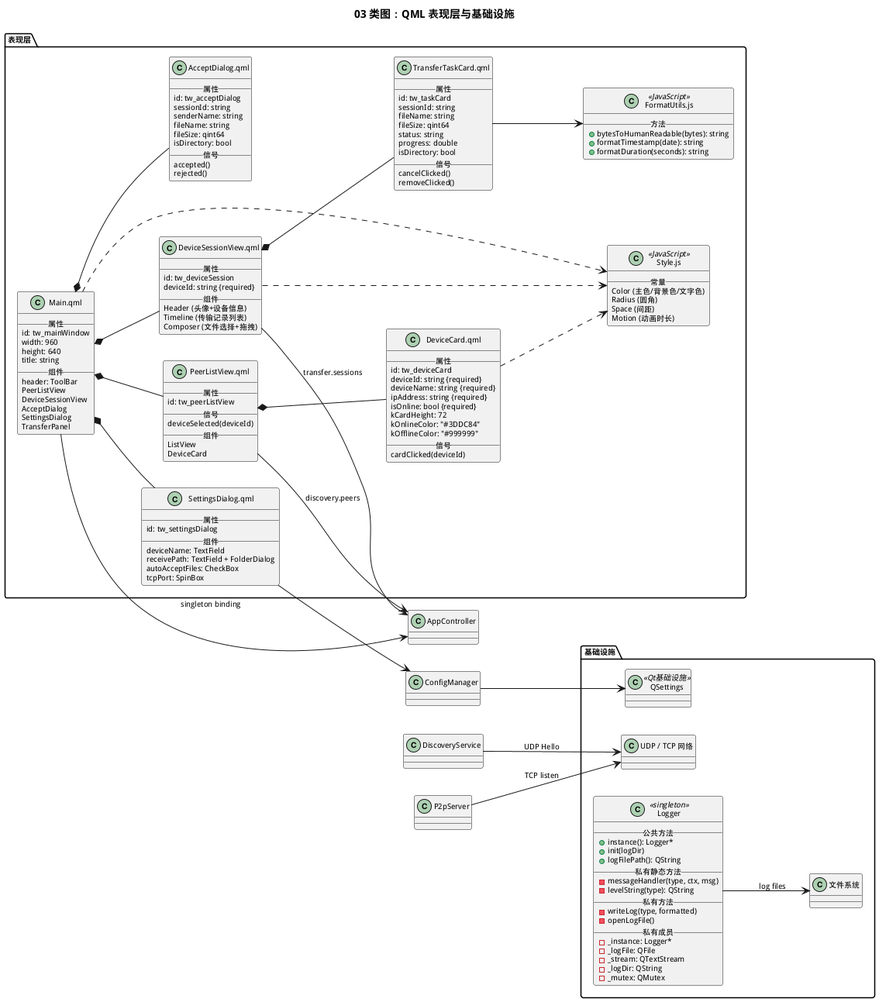
Above: doc/diagrams/rendered/03-类图-QML表现层与基础设施.png in Gsheep0729/GridYard (PlantUML), before the change.
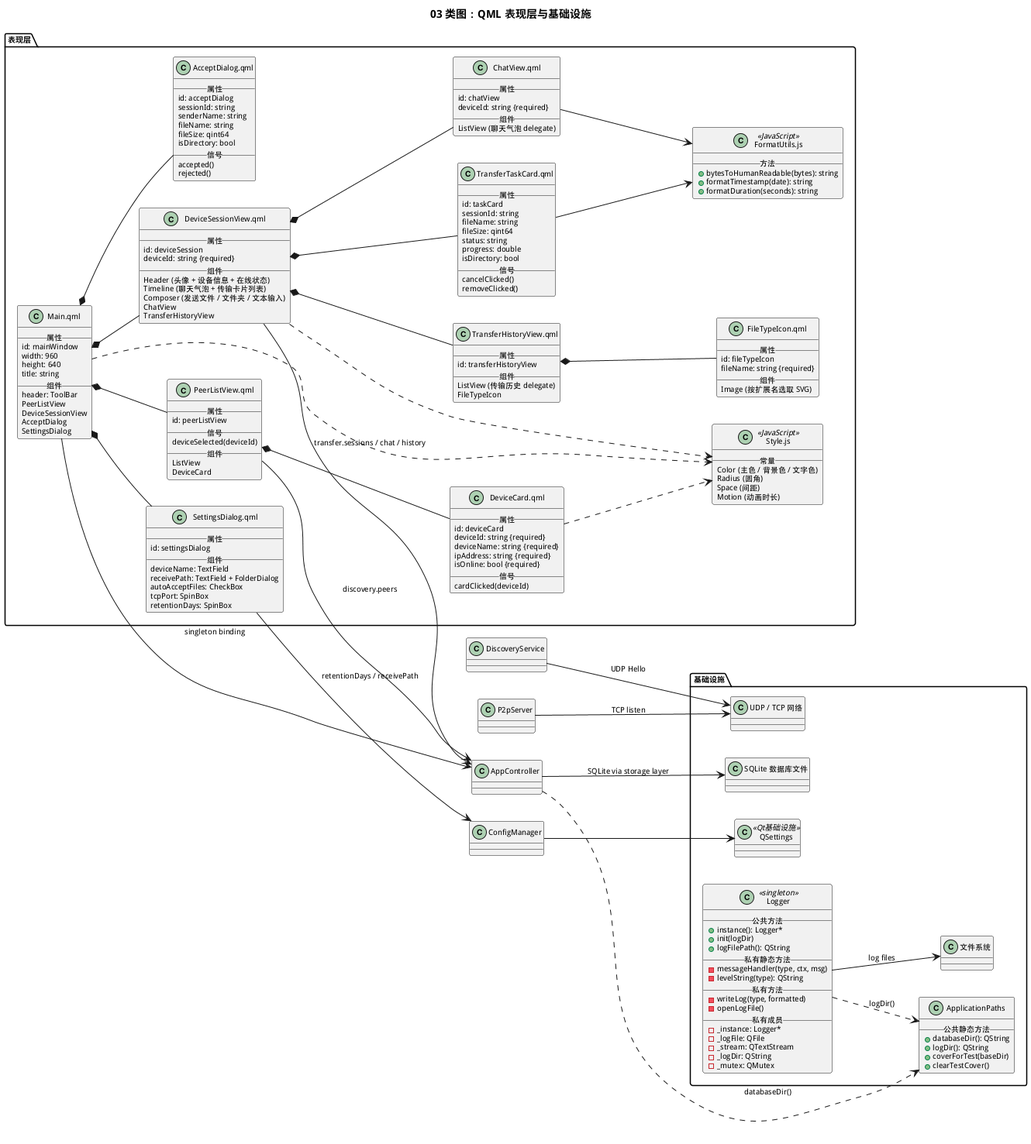
The same diagram one commit later.

Change to the diagram source:
```diff
@@ -9,7 +9,7 @@
 package "表现层" {
   class "Main.qml" as Main {
     __属性__
-    id: tw_mainWindow
+    id: mainWindow
     width: 960
     height: 640
     title: string
@@ -19,12 +19,11 @@
     DeviceSessionView
     AcceptDialog
     SettingsDialog
-    TransferPanel
   }
 
   class "PeerListView.qml" as PeerList {
     __属性__
-    id: tw_peerListView
+    id: peerListView
     __信号__
     deviceSelected(deviceId)
     __组件__
@@ -34,31 +33,54 @@
 
   class "DeviceCard.qml" as DeviceCard {
     __属性__
-    id: tw_deviceCard
+    id: deviceCard
     deviceId: string {required}
     deviceName: string {required}
     ipAddress: string {required}
     isOnline: bool {required}
-    kCardHeight: 72
-    kOnlineColor: "#3DDC84"
-    kOfflineColor: "#999999"
     __信号__
     cardClicked(deviceId)
   }
 
   class "DeviceSessionView.qml" as DeviceSession {
     __属性__
-    id: tw_deviceSession
+    id: deviceSession
     deviceId: string {required}
     __组件__
-    Header (头像+设备信息)
-    Timeline (传输记录列表)
-    Composer (文件选择+拖拽)
+    Header (头像 + 设备信息 + 在线状态)
+    Timeline (聊天气泡 + 传输卡片列表)
+    Composer (发送文件 / 文件夹 / 文本输入)
+    ChatView
+    TransferHistoryView
+  }
+
+  class "ChatView.qml" as ChatView {
+    __属性__
+    id: chatView
+    deviceId: string {required}
+    __组件__
+    ListView (聊天气泡 delegate)
+  }
+
+  class "TransferHistoryView.qml" as TransferHistory {
+    __属性__
+    id: transferHistoryView
+    __组件__
+    ListView (传输历史 delegate)
+    FileTypeIcon
+  }
+
+  class "FileTypeIcon.qml" as FileTypeIcon {
+    __属性__
+    id: fileTypeIcon
+    fileName: string {required}
+    __组件__
+    Image (按扩展名选取 SVG)
   }
 
   class "AcceptDialog.qml" as AcceptDialog {
     __属性__
-    id: tw_acceptDialog
+    id: acceptDialog
     sessionId: string
     senderName: string
     fileName: string
@@ -71,17 +93,18 @@
 
   class "SettingsDialog.qml" as SettingsDialog {
     __属性__
-    id: tw_settingsDialog
+    id: settingsDialog
     __组件__
     deviceName: TextField
     receivePath: TextField + FolderDialog
     autoAcceptFiles: CheckBox
     tcpPort: SpinBox
+    retentionDays: SpinBox
   }
 
   class "TransferTaskCard.qml" as TaskCard {
     __属性__
-    id: tw_taskCard
+    id: taskCard
     sessionId: string
     fileName: string
     fileSize: qint64
@@ -102,7 +125,7 @@
 
   class "Style.js" as Style <<JavaScript>> {
     __常量__
-    Color (主色/背景色/文字色)
+    Color (主色 / 背景色 / 文字色)
     Radius (圆角)
     Space (间距)
     Motion (动画时长)
@@ -129,8 +152,17 @@
     -_mutex: QMutex
   }
 
+  class ApplicationPaths {
+    __公共静态方法__
+    +databaseDir(): QString
+    +logDir(): QString
+    +coverForTest(baseDir)
+    +clearTestCover()
+  }
+
   class QSettings <<Qt基础设施>>
   class "文件系统" as FileSystem
+  class "SQLite 数据库文件" as Database
   class "UDP / TCP 网络" as Network
 }
 
@@ -140,16 +172,23 @@
 Main *-- SettingsDialog
 PeerList *-- DeviceCard
 DeviceSession *-- TaskCard
+DeviceSession *-- ChatView
+DeviceSession *-- TransferHistory
+TransferHistory *-- FileTypeIcon
 Main --> AppController : singleton binding
 PeerList --> AppController : discovery.peers
-DeviceSession --> AppController : transfer.sessions
-SettingsDialog --> ConfigManager
+DeviceSession --> AppController : transfer.sessions / chat / history
+SettingsDialog --> ConfigManager : retentionDays / receivePath
 TaskCard --> FormatUtils
+ChatView --> FormatUtils
 Main ..> Style
 DeviceCard ..> Style
 DeviceSession ..> Style
 ConfigManager --> QSettings
 Logger --> FileSystem : log files
+Logger ..> ApplicationPaths : logDir()
+AppController ..> ApplicationPaths : databaseDir()
+AppController --> Database : SQLite via storage layer
 DiscoveryService --> Network : UDP Hello
 P2pServer --> Network : TCP listen
 @enduml
```
